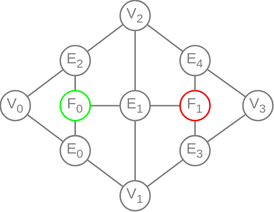
Above: wiki/MeshGraphSharedGraphSorted.svg in YoanWithY/kayo (draw.io), before the change. Source tidied: cells renumbered, new cells last; positions are measured from the earlier drawing's top-left corner, leaving out a move shared by most shapes.
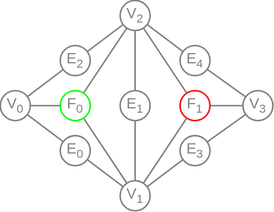
The same file after the commit.

Diff of the diagram source:
```diff
@@ -2,24 +2,15 @@
   <root>
     <mxCell id="0" />
     <mxCell id="1" value="SharedGraphSpaced" parent="0" />
-    <mxCell id="2" style="edgeStyle=none;html=1;fontSize=8;fontColor=#808080;rounded=0;endArrow=none;endFill=0;strokeColor=#808080;" parent="1" edge="1" source="8" target="32">
-      <mxGeometry relative="1" as="geometry" />
-    </mxCell>
-    <mxCell id="3" style="edgeStyle=none;shape=connector;rounded=0;html=1;labelBackgroundColor=default;strokeColor=#808080;fontFamily=Helvetica;fontSize=8;fontColor=#808080;endArrow=none;endFill=0;startArrow=none;" parent="1" edge="1" source="8" target="13">
-      <mxGeometry relative="1" as="geometry" />
-    </mxCell>
-    <mxCell id="4" style="edgeStyle=none;shape=connector;rounded=0;html=1;labelBackgroundColor=default;strokeColor=#808080;fontFamily=Helvetica;fontSize=8;fontColor=#808080;endArrow=none;endFill=0;" parent="1" edge="1" source="8" target="16">
-      <mxGeometry relative="1" as="geometry" />
-    </mxCell>
-    <mxCell id="5" style="edgeStyle=none;shape=connector;rounded=0;html=1;labelBackgroundColor=default;strokeColor=#808080;fontFamily=Helvetica;fontSize=8;fontColor=#808080;endArrow=none;endFill=0;" parent="1" edge="1" source="8" target="16">
-      <mxGeometry relative="1" as="geometry" />
-    </mxCell>
-    <mxCell id="6" style="edgeStyle=none;shape=connector;rounded=0;html=1;labelBackgroundColor=default;strokeColor=#808080;fontFamily=Helvetica;fontSize=8;fontColor=#808080;endArrow=none;endFill=0;" parent="1" edge="1" source="8" target="16">
-      <mxGeometry relative="1" as="geometry" />
-    </mxCell>
-    <mxCell id="7" style="edgeStyle=none;shape=connector;rounded=0;html=1;labelBackgroundColor=default;strokeColor=#808080;fontFamily=Helvetica;fontSize=8;fontColor=#808080;endArrow=none;endFill=0;" parent="1" edge="1" source="8" target="16">
-      <mxGeometry relative="1" as="geometry" />
-    </mxCell>
+    <mxCell id="33" style="edgeStyle=none;html=1;endArrow=none;endFill=0;strokeColor=#808080;" parent="1" edge="1" source="8" target="18">
+      <mxGeometry relative="1" as="geometry" />
+    </mxCell>
+    <mxCell id="34" style="edgeStyle=none;shape=connector;rounded=1;html=1;labelBackgroundColor=default;strokeColor=#808080;fontFamily=Helvetica;fontSize=11;fontColor=default;endArrow=none;endFill=0;" parent="1" edge="1" source="8" target="19">
+      <mxGeometry relative="1" as="geometry" />
+    </mxCell>
+    <mxCell id="35" style="edgeStyle=none;shape=connector;rounded=1;html=1;labelBackgroundColor=default;strokeColor=#808080;fontFamily=Helvetica;fontSize=11;fontColor=default;endArrow=none;endFill=0;" parent="1" edge="1" source="8" target="17">
+      <mxGeometry relative="1" as="geometry" />
+    </mxCell>
     <mxCell id="8" value="F&lt;sub style=&quot;&quot;&gt;&lt;font style=&quot;font-size: 8px;&quot;&gt;0&lt;/font&gt;&lt;/sub&gt;" style="ellipse;whiteSpace=wrap;html=1;fontSize=10;fillColor=none;strokeColor=#00FF00;fontColor=#808080;" parent="1" vertex="1">
       <mxGeometry x="40" y="60" width="20" height="20" as="geometry" />
     </mxCell>
@@ -56,18 +47,18 @@
     <mxCell id="19" value="V&lt;sub style=&quot;&quot;&gt;&lt;font style=&quot;font-size: 8px;&quot;&gt;2&lt;/font&gt;&lt;/sub&gt;" style="ellipse;whiteSpace=wrap;html=1;fontSize=10;fillColor=none;strokeColor=#808080;fontColor=#808080;" parent="1" vertex="1">
       <mxGeometry x="80" width="20" height="20" as="geometry" />
     </mxCell>
-    <mxCell id="20" style="edgeStyle=none;shape=connector;rounded=0;html=1;labelBackgroundColor=default;strokeColor=#808080;fontFamily=Helvetica;fontSize=8;fontColor=#808080;endArrow=none;endFill=0;" parent="1" edge="1" source="22" target="13">
-      <mxGeometry relative="1" as="geometry" />
-    </mxCell>
-    <mxCell id="21" style="edgeStyle=none;shape=connector;rounded=0;html=1;labelBackgroundColor=default;strokeColor=#808080;fontFamily=Helvetica;fontSize=8;fontColor=#808080;endArrow=none;endFill=0;" parent="1" edge="1" source="22" target="26">
-      <mxGeometry relative="1" as="geometry" />
-    </mxCell>
+    <mxCell id="36" style="edgeStyle=none;shape=connector;rounded=1;html=1;labelBackgroundColor=default;strokeColor=#808080;fontFamily=Helvetica;fontSize=11;fontColor=default;endArrow=none;endFill=0;" parent="1" edge="1" source="22" target="30">
+      <mxGeometry relative="1" as="geometry" />
+    </mxCell>
+    <mxCell id="37" style="edgeStyle=none;shape=connector;rounded=1;html=1;labelBackgroundColor=default;strokeColor=#808080;fontFamily=Helvetica;fontSize=11;fontColor=default;endArrow=none;endFill=0;" parent="1" edge="1" source="22" target="19">
+      <mxGeometry relative="1" as="geometry" />
+    </mxCell>
+    <mxCell id="38" style="edgeStyle=none;shape=connector;rounded=1;html=1;labelBackgroundColor=default;strokeColor=#808080;fontFamily=Helvetica;fontSize=11;fontColor=default;endArrow=none;endFill=0;" parent="1" edge="1" source="22" target="18">
+      <mxGeometry relative="1" as="geometry" />
+    </mxCell>
     <mxCell id="22" value="F&lt;sub style=&quot;&quot;&gt;&lt;font style=&quot;font-size: 8px;&quot;&gt;1&lt;/font&gt;&lt;/sub&gt;" style="ellipse;whiteSpace=wrap;html=1;fontSize=10;fillColor=none;strokeColor=#FF0000;fontColor=#808080;" parent="1" vertex="1">
       <mxGeometry x="120" y="60" width="20" height="20" as="geometry" />
     </mxCell>
-    <mxCell id="23" style="edgeStyle=none;shape=connector;rounded=0;html=1;labelBackgroundColor=default;strokeColor=#808080;fontFamily=Helvetica;fontSize=8;fontColor=#808080;endArrow=none;endFill=0;" parent="1" edge="1" source="22" target="29">
-      <mxGeometry relative="1" as="geometry" />
-    </mxCell>
     <mxCell id="24" style="edgeStyle=none;shape=connector;rounded=0;html=1;labelBackgroundColor=default;strokeColor=#808080;fontFamily=Helvetica;fontSize=8;fontColor=#808080;endArrow=none;endFill=0;" parent="1" edge="1" source="26" target="30">
       <mxGeometry relative="1" as="geometry" />
     </mxCell>
@@ -89,9 +80,6 @@
     <mxCell id="30" value="V&lt;sub style=&quot;&quot;&gt;&lt;font style=&quot;font-size: 8px;&quot;&gt;3&lt;/font&gt;&lt;/sub&gt;" style="ellipse;whiteSpace=wrap;html=1;fontSize=10;fillColor=none;strokeColor=#808080;fontColor=#808080;" parent="1" vertex="1">
       <mxGeometry x="162" y="60" width="20" height="20" as="geometry" />
     </mxCell>
-    <mxCell id="31" style="edgeStyle=none;shape=connector;rounded=0;html=1;labelBackgroundColor=default;strokeColor=#808080;fontFamily=Helvetica;fontSize=8;fontColor=#808080;endArrow=none;endFill=0;" parent="1" edge="1" source="8" target="32">
-      <mxGeometry relative="1" as="geometry" />
-    </mxCell>
     <mxCell id="32" value="E&lt;sub style=&quot;&quot;&gt;&lt;font style=&quot;font-size: 8px;&quot;&gt;0&lt;/font&gt;&lt;/sub&gt;" style="ellipse;whiteSpace=wrap;html=1;fontSize=10;fillColor=none;strokeColor=#808080;fontColor=#808080;" parent="1" vertex="1">
       <mxGeometry x="40" y="90" width="20" height="20" as="geometry" />
     </mxCell>
```
